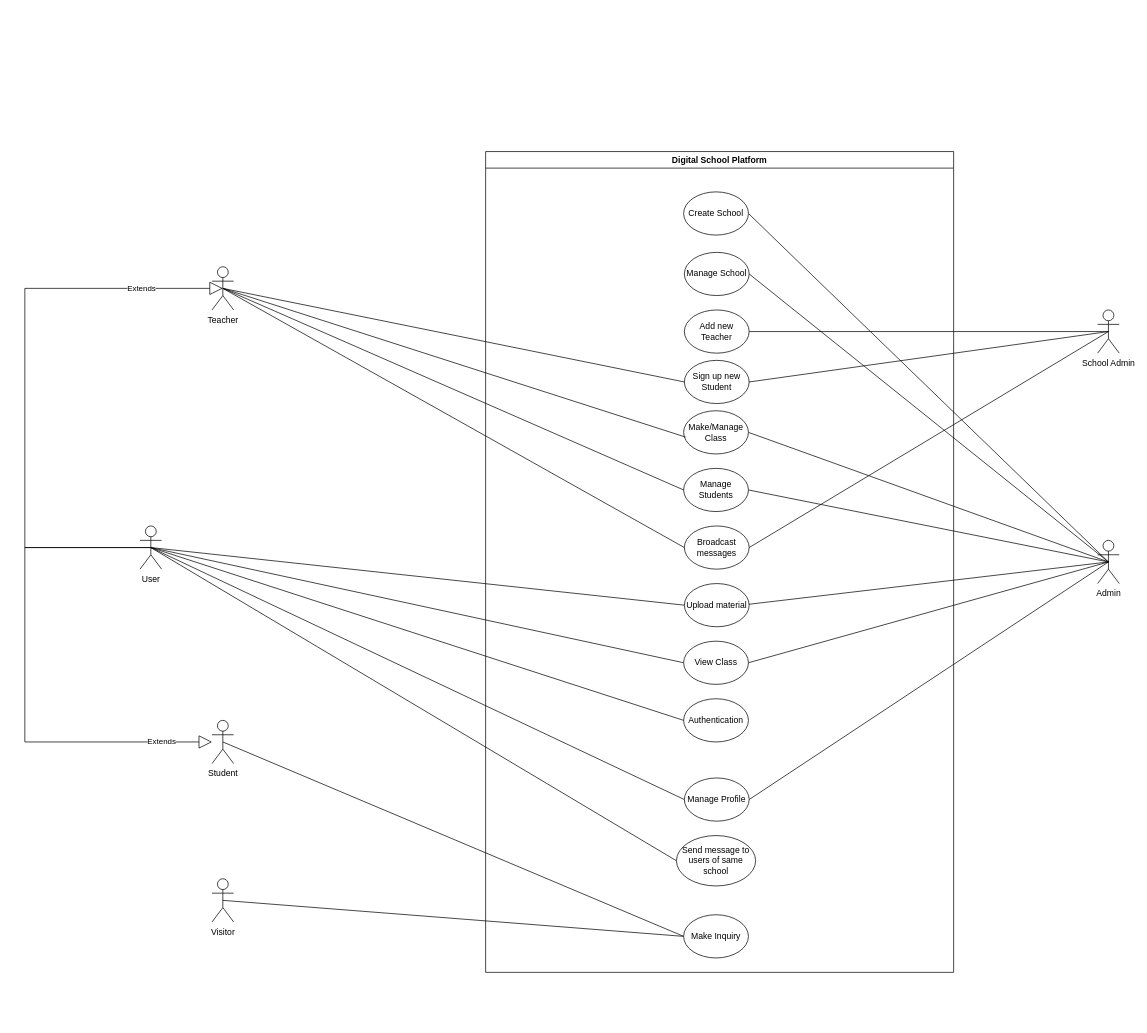
akshayvijaynair/music-academy-docs keeps this draw.io diagram as docs/assets/Use Case.drawio. Above is the earlier version. Source tidied: cells renumbered, new cells numbered last; positions are measured from the earlier drawing's top-left corner, leaving out a move shared by most shapes. Both pictures are drawn from the tidied source at 72%, with x=0, y=0 at pixel (24, 151).
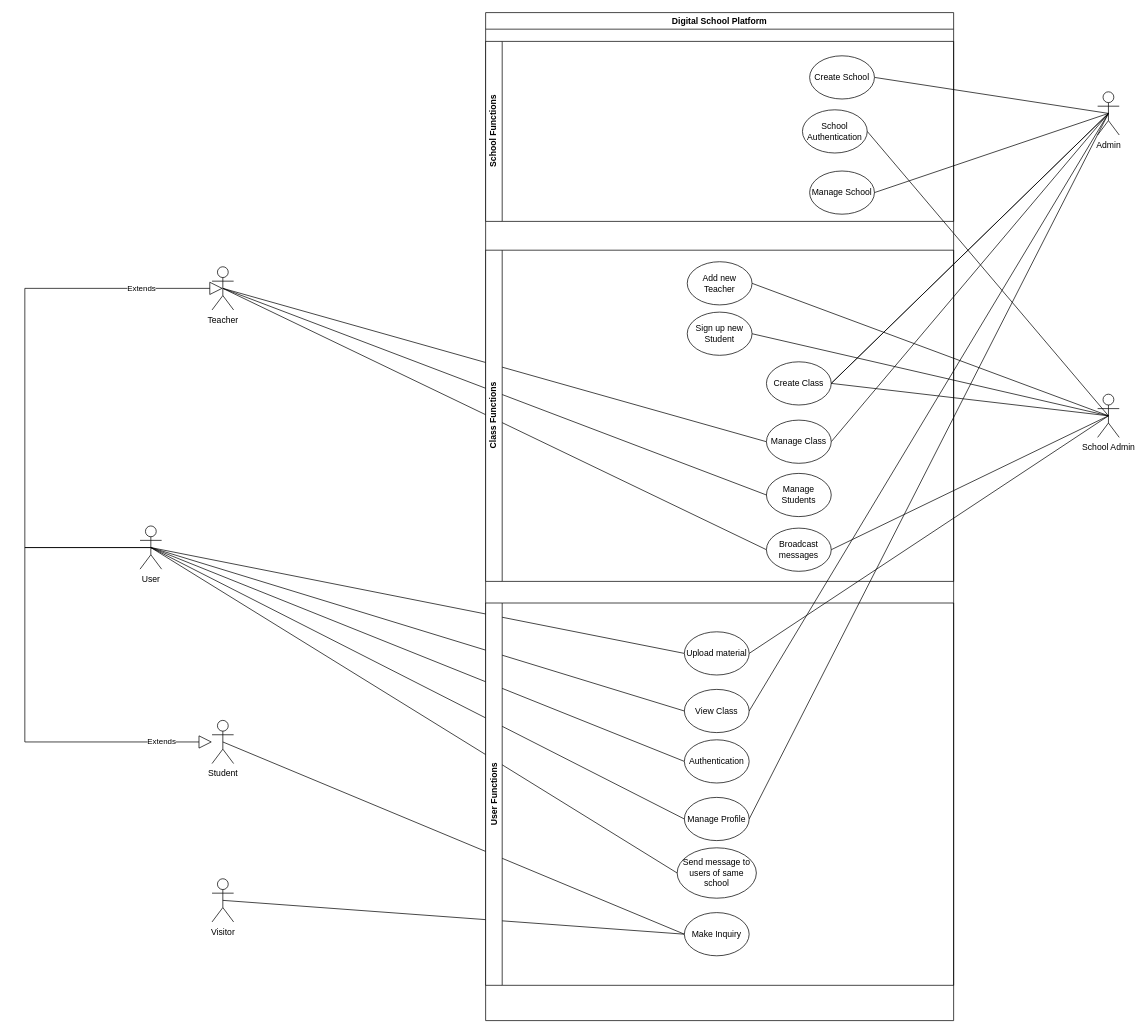
Above is the later version.

Commit message:
feat(usecase): organised use case according to level

Unchanged cells that the change refers to:
```xml
<mxCell id="3" value="Teacher" style="shape=umlActor;verticalLabelPosition=bottom;verticalAlign=top;html=1;outlineConnect=0;" parent="1" vertex="1">
  <mxGeometry x="260" y="160" width="30" height="60" as="geometry" />
</mxCell>
<mxCell id="31" value="User" style="shape=umlActor;verticalLabelPosition=bottom;verticalAlign=top;html=1;outlineConnect=0;" parent="1" vertex="1">
  <mxGeometry x="160" y="520" width="30" height="60" as="geometry" />
</mxCell>
```

Change to the diagram source:
```diff
@@
+    <mxCell id="41" style="endArrow=none;html=1;rounded=0;exitX=0;exitY=0.5;exitDx=0;exitDy=0;fontStyle=1;entryX=0.5;entryY=0.5;entryDx=0;entryDy=0;entryPerimeter=0;" parent="1" edge="1" source="28" target="3">
+      <mxGeometry relative="1" as="geometry" />
+    </mxCell>
+    <mxCell id="39" style="endArrow=none;html=1;rounded=0;exitX=0;exitY=0.5;exitDx=0;exitDy=0;entryX=0.5;entryY=0.5;entryDx=0;entryDy=0;entryPerimeter=0;fontStyle=0;" parent="1" edge="1" source="29" target="3">
+      <mxGeometry relative="1" as="geometry" />
+    </mxCell>
+    <mxCell id="45" style="endArrow=none;html=1;rounded=0;exitX=0;exitY=0.5;exitDx=0;exitDy=0;entryX=0.5;entryY=0.5;entryDx=0;entryDy=0;entryPerimeter=0;fontStyle=1;" parent="1" edge="1" source="55" target="3">
+      <mxGeometry relative="1" as="geometry" />
+    </mxCell>
+    <mxCell id="40" style="endArrow=none;html=1;rounded=0;exitX=0;exitY=0.5;exitDx=0;exitDy=0;entryX=0.5;entryY=0.5;entryDx=0;entryDy=0;entryPerimeter=0;" parent="1" edge="1" source="26" target="31">
+      <mxGeometry relative="1" as="geometry" />
+    </mxCell>
+    <mxCell id="36" style="endArrow=none;html=1;rounded=0;exitX=0;exitY=0.5;exitDx=0;exitDy=0;entryX=0.5;entryY=0.5;entryDx=0;entryDy=0;entryPerimeter=0;fontStyle=1;" parent="1" edge="1" source="24" target="31">
+      <mxGeometry relative="1" as="geometry" />
+    </mxCell>
+    <mxCell id="35" style="endArrow=none;html=1;rounded=0;exitX=0;exitY=0.5;exitDx=0;exitDy=0;entryX=0.5;entryY=0.5;entryDx=0;entryDy=0;entryPerimeter=0;" parent="1" edge="1" source="19" target="31">
+      <mxGeometry relative="1" as="geometry" />
+    </mxCell>
+    <mxCell id="34" style="endArrow=none;html=1;rounded=0;exitX=0;exitY=0.5;exitDx=0;exitDy=0;entryX=0.5;entryY=0.5;entryDx=0;entryDy=0;entryPerimeter=0;" parent="1" edge="1" source="25" target="31">
+      <mxGeometry relative="1" as="geometry" />
+    </mxCell>
     <mxCell id="2" value="Admin" style="shape=umlActor;verticalLabelPosition=bottom;verticalAlign=top;html=1;outlineConnect=0;" parent="1" vertex="1">
-      <mxGeometry x="1490" y="540" width="30" height="60" as="geometry" />
+      <mxGeometry x="1490" y="-83" width="30" height="60" as="geometry" />
     </mxCell>
@@
-    <mxCell id="10" style="endArrow=none;html=1;rounded=0;exitX=0.5;exitY=0.5;exitDx=0;exitDy=0;exitPerimeter=0;entryX=0.976;entryY=0.483;entryDx=0;entryDy=0;entryPerimeter=0;" parent="1" edge="1" source="2" target="26">
-      <mxGeometry relative="1" as="geometry" />
-    </mxCell>
-    <mxCell id="11" style="endArrow=none;html=1;rounded=0;exitX=0.5;exitY=0.5;exitDx=0;exitDy=0;exitPerimeter=0;entryX=1;entryY=0.5;entryDx=0;entryDy=0;" parent="1" edge="1" source="2" target="29">
-      <mxGeometry relative="1" as="geometry" />
-    </mxCell>
@@
     <mxCell id="17" value="Digital School Platform" style="swimlane;whiteSpace=wrap;html=1;" parent="1" vertex="1">
-      <mxGeometry x="640" width="650" height="1140" as="geometry" />
+      <mxGeometry x="640" y="-193" width="650" height="1400" as="geometry" />
     </mxCell>
-    <mxCell id="18" value="Make Inquiry" style="ellipse;whiteSpace=wrap;html=1;" parent="17" vertex="1">
-      <mxGeometry x="275" y="1060" width="90" height="60" as="geometry" />
-    </mxCell>
-    <mxCell id="19" value="Authentication" style="ellipse;whiteSpace=wrap;html=1;" parent="17" vertex="1">
-      <mxGeometry x="275" y="760" width="90" height="60" as="geometry" />
-    </mxCell>
     <mxCell id="20" value="Sign up new Student" style="ellipse;whiteSpace=wrap;html=1;" parent="17" vertex="1">
-      <mxGeometry x="276" y="290" width="90" height="60" as="geometry" />
+      <mxGeometry x="280" y="416" width="90" height="60" as="geometry" />
     </mxCell>
     <mxCell id="21" value="Add new Teacher" style="ellipse;whiteSpace=wrap;html=1;" parent="17" vertex="1">
-      <mxGeometry x="276" y="220" width="90" height="60" as="geometry" />
+      <mxGeometry x="280" y="346" width="90" height="60" as="geometry" />
     </mxCell>
+    <mxCell id="46" value="School Functions" style="swimlane;horizontal=0;whiteSpace=wrap;html=1;startSize=23;" parent="17" vertex="1">
+      <mxGeometry y="40" width="650" height="250" as="geometry" />
+    </mxCell>
-    <mxCell id="22" value="Create School" style="ellipse;whiteSpace=wrap;html=1;" parent="17" vertex="1">
-      <mxGeometry x="275" y="56" width="90" height="60" as="geometry" />
+    <mxCell id="22" value="Create School" style="ellipse;whiteSpace=wrap;html=1;" parent="46" vertex="1">
+      <mxGeometry x="450" y="20" width="90" height="60" as="geometry" />
     </mxCell>
+    <mxCell id="47" value="School Authentication" style="ellipse;whiteSpace=wrap;html=1;" parent="46" vertex="1">
+      <mxGeometry x="440" y="95" width="90" height="60" as="geometry" />
+    </mxCell>
+    <mxCell id="30" value="Manage School" style="ellipse;whiteSpace=wrap;html=1;" parent="46" vertex="1">
+      <mxGeometry x="450" y="180" width="90" height="60" as="geometry" />
+    </mxCell>
+    <mxCell id="48" value="Class Functions" style="swimlane;horizontal=0;whiteSpace=wrap;html=1;" parent="17" vertex="1">
+      <mxGeometry y="330" width="650" height="460" as="geometry" />
+    </mxCell>
+    <mxCell id="29" value="Manage Students" style="ellipse;whiteSpace=wrap;html=1;" parent="48" vertex="1">
+      <mxGeometry x="390" y="310" width="90" height="60" as="geometry" />
+    </mxCell>
-    <mxCell id="23" value="Make/Manage Class" style="ellipse;whiteSpace=wrap;html=1;" parent="17" vertex="1">
-      <mxGeometry x="275" y="360" width="90" height="60" as="geometry" />
+    <mxCell id="23" value="Create Class" style="ellipse;whiteSpace=wrap;html=1;" parent="48" vertex="1">
+      <mxGeometry x="390" y="155" width="90" height="60" as="geometry" />
     </mxCell>
+    <mxCell id="28" value="Broadcast messages" style="ellipse;whiteSpace=wrap;html=1;" parent="48" vertex="1">
+      <mxGeometry x="390" y="386" width="90" height="60" as="geometry" />
+    </mxCell>
+    <mxCell id="49" value="User Functions" style="swimlane;horizontal=0;whiteSpace=wrap;html=1;" parent="17" vertex="1">
+      <mxGeometry y="820" width="650" height="531" as="geometry" />
+    </mxCell>
-    <mxCell id="24" value="View Class" style="ellipse;whiteSpace=wrap;html=1;" parent="17" vertex="1">
-      <mxGeometry x="275" y="680" width="90" height="60" as="geometry" />
+    <mxCell id="24" value="View Class" style="ellipse;whiteSpace=wrap;html=1;" parent="49" vertex="1">
+      <mxGeometry x="276" y="120" width="90" height="60" as="geometry" />
     </mxCell>
+    <mxCell id="26" value="Upload material" style="ellipse;whiteSpace=wrap;html=1;" parent="49" vertex="1">
+      <mxGeometry x="276" y="40" width="90" height="60" as="geometry" />
+    </mxCell>
+    <mxCell id="19" value="Authentication" style="ellipse;whiteSpace=wrap;html=1;" parent="49" vertex="1">
+      <mxGeometry x="276" y="190" width="90" height="60" as="geometry" />
+    </mxCell>
-    <mxCell id="25" value="Manage Profile" style="ellipse;whiteSpace=wrap;html=1;" parent="17" vertex="1">
-      <mxGeometry x="276" y="870" width="90" height="60" as="geometry" />
+    <mxCell id="25" value="Manage Profile" style="ellipse;whiteSpace=wrap;html=1;" parent="49" vertex="1">
+      <mxGeometry x="276" y="270" width="90" height="60" as="geometry" />
     </mxCell>
-    <mxCell id="26" value="Upload material" style="ellipse;whiteSpace=wrap;html=1;" parent="17" vertex="1">
-      <mxGeometry x="276" y="600" width="90" height="60" as="geometry" />
-    </mxCell>
-    <mxCell id="27" value="Send message to users of same school" style="ellipse;whiteSpace=wrap;html=1;" parent="17" vertex="1">
-      <mxGeometry x="265" y="950" width="110" height="70" as="geometry" />
+    <mxCell id="27" value="Send message to users of same school" style="ellipse;whiteSpace=wrap;html=1;" parent="49" vertex="1">
+      <mxGeometry x="266" y="340" width="110" height="70" as="geometry" />
     </mxCell>
-    <mxCell id="28" value="Broadcast messages" style="ellipse;whiteSpace=wrap;html=1;" parent="17" vertex="1">
-      <mxGeometry x="276" y="520" width="90" height="60" as="geometry" />
-    </mxCell>
-    <mxCell id="29" value="Manage Students" style="ellipse;whiteSpace=wrap;html=1;" parent="17" vertex="1">
-      <mxGeometry x="275" y="440" width="90" height="60" as="geometry" />
-    </mxCell>
-    <mxCell id="30" value="Manage School" style="ellipse;whiteSpace=wrap;html=1;" parent="17" vertex="1">
-      <mxGeometry x="276" y="140" width="90" height="60" as="geometry" />
-    </mxCell>
+    <mxCell id="18" value="Make Inquiry" style="ellipse;whiteSpace=wrap;html=1;" parent="49" vertex="1">
+      <mxGeometry x="276" y="430" width="90" height="60" as="geometry" />
+    </mxCell>
@@
-    <mxCell id="34" style="endArrow=none;html=1;rounded=0;exitX=0;exitY=0.5;exitDx=0;exitDy=0;entryX=0.5;entryY=0.5;entryDx=0;entryDy=0;entryPerimeter=0;" parent="1" edge="1" source="25" target="31">
-      <mxGeometry relative="1" as="geometry" />
-    </mxCell>
-    <mxCell id="35" style="endArrow=none;html=1;rounded=0;exitX=0;exitY=0.5;exitDx=0;exitDy=0;entryX=0.5;entryY=0.5;entryDx=0;entryDy=0;entryPerimeter=0;" parent="1" edge="1" source="19" target="31">
-      <mxGeometry relative="1" as="geometry" />
-    </mxCell>
-    <mxCell id="36" style="endArrow=none;html=1;rounded=0;exitX=0;exitY=0.5;exitDx=0;exitDy=0;entryX=0.5;entryY=0.5;entryDx=0;entryDy=0;entryPerimeter=0;fontStyle=1;" parent="1" edge="1" source="24" target="31">
-      <mxGeometry relative="1" as="geometry" />
-    </mxCell>
-    <mxCell id="37" style="endArrow=none;html=1;rounded=0;exitX=0;exitY=0.5;exitDx=0;exitDy=0;entryX=0.5;entryY=0.5;entryDx=0;entryDy=0;entryPerimeter=0;fontStyle=1;" parent="1" edge="1" source="20" target="3">
-      <mxGeometry relative="1" as="geometry" />
-    </mxCell>
-    <mxCell id="38" style="endArrow=none;html=1;rounded=0;exitX=0.029;exitY=0.609;exitDx=0;exitDy=0;entryX=0.5;entryY=0.5;entryDx=0;entryDy=0;entryPerimeter=0;fontStyle=1;exitPerimeter=0;" parent="1" edge="1" source="23" target="3">
-      <mxGeometry relative="1" as="geometry" />
-    </mxCell>
-    <mxCell id="39" style="endArrow=none;html=1;rounded=0;exitX=0;exitY=0.5;exitDx=0;exitDy=0;entryX=0.5;entryY=0.5;entryDx=0;entryDy=0;entryPerimeter=0;fontStyle=0;" parent="1" edge="1" source="29" target="3">
-      <mxGeometry relative="1" as="geometry" />
-    </mxCell>
-    <mxCell id="40" style="endArrow=none;html=1;rounded=0;exitX=0;exitY=0.5;exitDx=0;exitDy=0;entryX=0.5;entryY=0.5;entryDx=0;entryDy=0;entryPerimeter=0;" parent="1" edge="1" source="26" target="31">
-      <mxGeometry relative="1" as="geometry" />
-    </mxCell>
-    <mxCell id="41" style="endArrow=none;html=1;rounded=0;exitX=0;exitY=0.5;exitDx=0;exitDy=0;fontStyle=1;entryX=0.5;entryY=0.5;entryDx=0;entryDy=0;entryPerimeter=0;" parent="1" edge="1" source="28" target="3">
-      <mxGeometry relative="1" as="geometry" />
-    </mxCell>
     <mxCell id="42" value="School Admin" style="shape=umlActor;verticalLabelPosition=bottom;verticalAlign=top;html=1;outlineConnect=0;" parent="1" vertex="1">
-      <mxGeometry x="1490" y="220" width="30" height="60" as="geometry" />
+      <mxGeometry x="1490" y="337" width="30" height="60" as="geometry" />
     </mxCell>
@@
+    <mxCell id="50" style="endArrow=none;html=1;rounded=0;entryX=1;entryY=0.5;entryDx=0;entryDy=0;exitX=0.5;exitY=0.5;exitDx=0;exitDy=0;exitPerimeter=0;" parent="1" edge="1" source="42" target="26">
+      <mxGeometry relative="1" as="geometry" />
+    </mxCell>
+    <mxCell id="51" style="endArrow=none;html=1;rounded=0;exitX=0.5;exitY=0.5;exitDx=0;exitDy=0;exitPerimeter=0;entryX=1;entryY=0.5;entryDx=0;entryDy=0;" parent="1" edge="1" source="42" target="47">
+      <mxGeometry relative="1" as="geometry" />
+    </mxCell>
+    <mxCell id="52" style="endArrow=none;html=1;rounded=0;entryX=1;entryY=0.5;entryDx=0;entryDy=0;exitX=0.5;exitY=0.5;exitDx=0;exitDy=0;exitPerimeter=0;" parent="1" edge="1" source="42" target="23">
+      <mxGeometry relative="1" as="geometry" />
+    </mxCell>
+    <mxCell id="53" style="endArrow=none;html=1;rounded=0;entryX=1;entryY=0.5;entryDx=0;entryDy=0;exitX=0.5;exitY=0.5;exitDx=0;exitDy=0;exitPerimeter=0;" parent="1" edge="1" source="2" target="23">
+      <mxGeometry relative="1" as="geometry" />
+    </mxCell>
+    <mxCell id="54" style="endArrow=none;html=1;rounded=0;exitX=0.5;exitY=0.5;exitDx=0;exitDy=0;exitPerimeter=0;entryX=1;entryY=0.5;entryDx=0;entryDy=0;" parent="1" edge="1" source="2" target="55">
+      <mxGeometry relative="1" as="geometry" />
+    </mxCell>
+    <mxCell id="55" value="Manage Class" style="ellipse;whiteSpace=wrap;html=1;" parent="1" vertex="1">
+      <mxGeometry x="1030" y="373" width="90" height="60" as="geometry" />
+    </mxCell>
```
